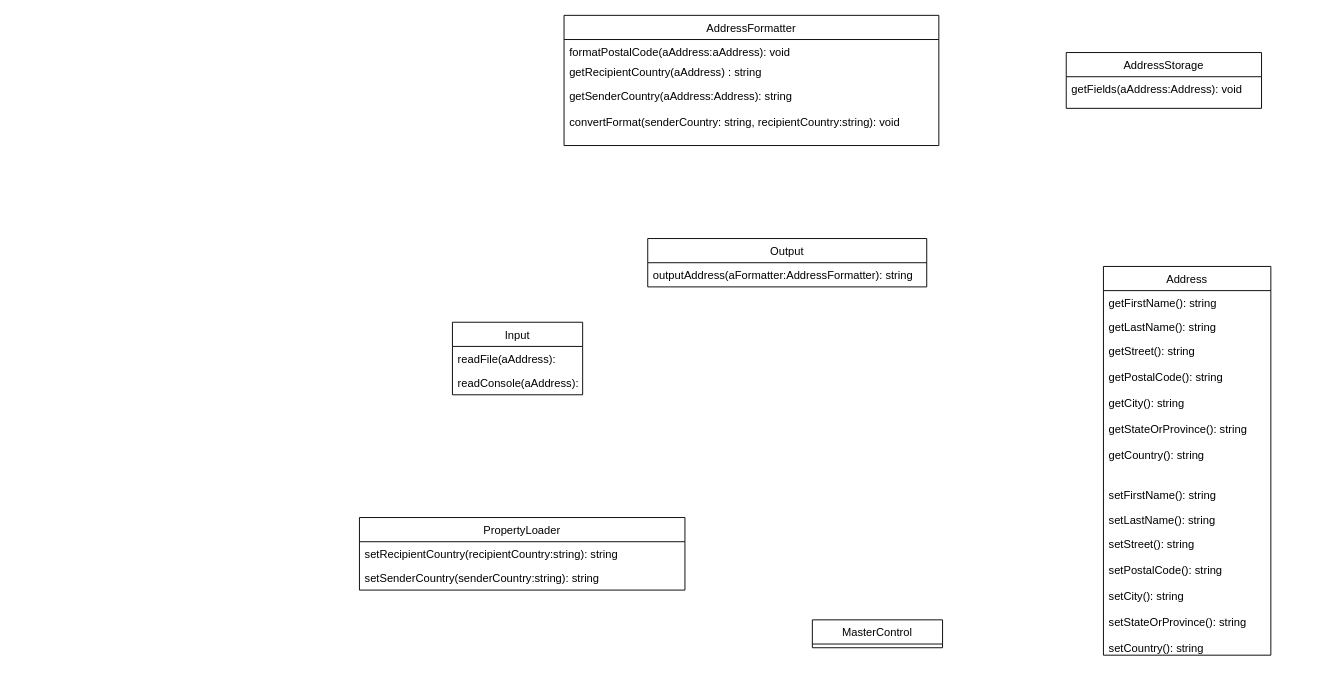
This is Quiz1.drawio from montyxrizzo/scripts, a draw.io file, before an edit. Source tidied: cells renumbered, new cells numbered last; positions are measured from the earlier drawing's top-left corner, leaving out a move shared by most shapes. Both pictures are drawn from the tidied source at 93%, with x=0, y=0 at pixel (359, 15).
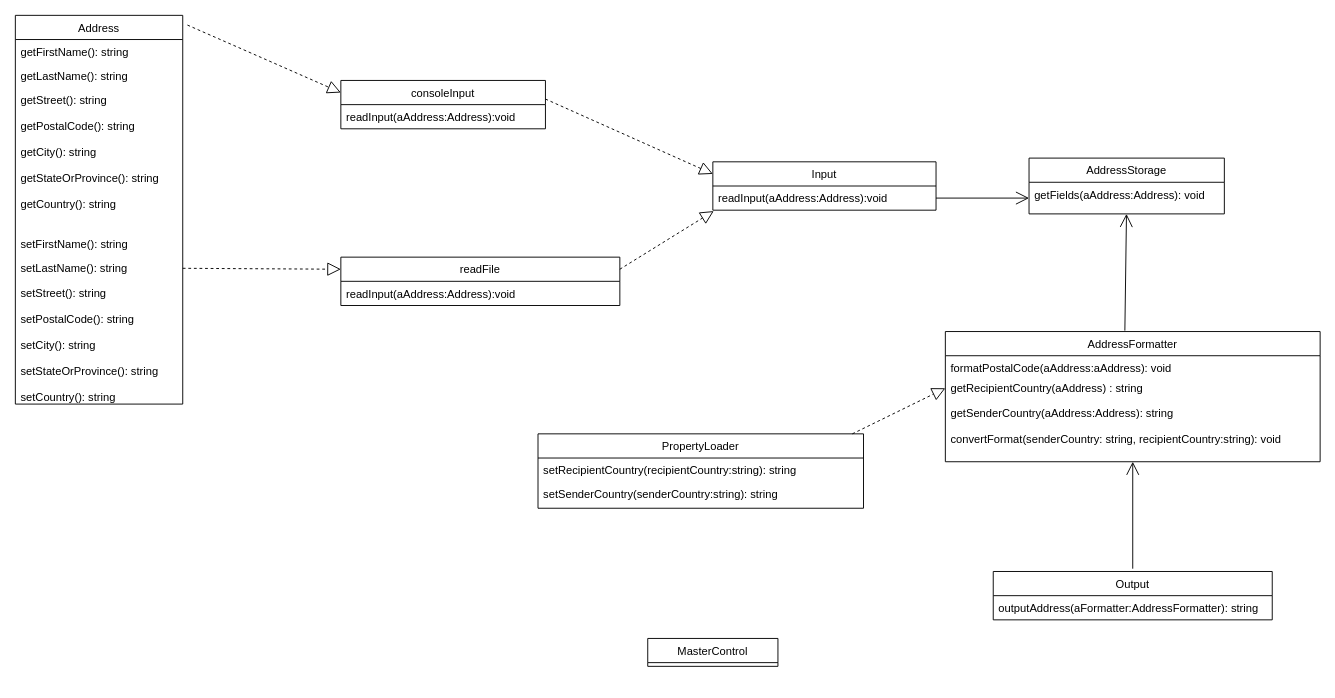
The same diagram, later.

Unchanged cells that the change refers to:
```xml
<mxCell id="7" value="getRecipientCountry(aAddress) : string" style="text;strokeColor=none;fillColor=none;align=left;verticalAlign=top;spacingLeft=4;spacingRight=4;overflow=hidden;points=[[0,0.5],[1,0.5]];portConstraint=eastwest;" parent="5" vertex="1">
  <mxGeometry y="48" width="403" height="26" as="geometry" />
</mxCell>
<mxCell id="8" value="getSenderCountry(aAddress:Address): string&#10;&#10;convertFormat(senderCountry: string, recipientCountry:string): void" style="text;strokeColor=none;fillColor=none;align=left;verticalAlign=top;spacingLeft=4;spacingRight=4;overflow=hidden;points=[[0,0.5],[1,0.5]];portConstraint=eastwest;" parent="5" vertex="1">
  <mxGeometry y="74" width="403" height="66" as="geometry" />
</mxCell>
<mxCell id="12" value="getFields(aAddress:Address): void" style="text;strokeColor=none;fillColor=none;align=left;verticalAlign=top;spacingLeft=4;spacingRight=4;overflow=hidden;points=[[0,0.5],[1,0.5]];portConstraint=eastwest;" parent="11" vertex="1">
  <mxGeometry y="26" width="210" height="34" as="geometry" />
</mxCell>
<mxCell id="21" value="Address" style="swimlane;fontStyle=0;horizontal=1;startSize=26;fillColor=none;" parent="20" vertex="1">
  <mxGeometry width="180" height="418" as="geometry" />
</mxCell>
<mxCell id="25" value="setLastName(): string" style="text;strokeColor=none;fillColor=none;align=left;verticalAlign=top;spacingLeft=4;spacingRight=4;overflow=hidden;points=[[0,0.5],[1,0.5]];portConstraint=eastwest;" parent="20" vertex="1">
  <mxGeometry y="259" width="180" height="26" as="geometry" />
</mxCell>
```

Diff of the diagram source:
```diff
@@
     <mxCell id="2" value="Input" style="swimlane;fontStyle=0;horizontal=1;startSize=26;fillColor=none;" parent="1" vertex="1">
-      <mxGeometry x="100" y="330" width="140" height="78" as="geometry" />
+      <mxGeometry x="380" y="157.5" width="240" height="52" as="geometry" />
     </mxCell>
-    <mxCell id="3" value="readFile(aAddress):" style="text;strokeColor=none;fillColor=none;align=left;verticalAlign=top;spacingLeft=4;spacingRight=4;overflow=hidden;points=[[0,0.5],[1,0.5]];portConstraint=eastwest;" parent="2" vertex="1">
-      <mxGeometry y="26" width="140" height="26" as="geometry" />
+    <mxCell id="3" value="readInput(aAddress:Address):void" style="text;strokeColor=none;fillColor=none;align=left;verticalAlign=top;spacingLeft=4;spacingRight=4;overflow=hidden;points=[[0,0.5],[1,0.5]];portConstraint=eastwest;" parent="2" vertex="1">
+      <mxGeometry y="26" width="240" height="26" as="geometry" />
     </mxCell>
-    <mxCell id="4" value="readConsole(aAddress):" style="text;strokeColor=none;fillColor=none;align=left;verticalAlign=top;spacingLeft=4;spacingRight=4;overflow=hidden;" parent="2" vertex="1">
-      <mxGeometry y="52" width="140" height="26" as="geometry" />
-    </mxCell>
     <mxCell id="5" value="AddressFormatter" style="swimlane;fontStyle=0;horizontal=1;startSize=26;fillColor=none;" parent="1" vertex="1">
-      <mxGeometry x="220" width="403" height="140" as="geometry" />
+      <mxGeometry x="630" y="340" width="403" height="140" as="geometry" />
     </mxCell>
@@
     <mxCell id="9" value="Output" style="swimlane;fontStyle=0;horizontal=1;startSize=26;fillColor=none;" parent="1" vertex="1">
-      <mxGeometry x="310" y="240" width="300" height="52" as="geometry" />
+      <mxGeometry x="681.5" y="598" width="300" height="52" as="geometry" />
     </mxCell>
@@
+    <mxCell id="27" style="endArrow=open;endFill=1;endSize=12;html=1;" parent="9" edge="1" target="8">
+      <mxGeometry relative="1" as="geometry">
+        <mxPoint x="150" y="-3" as="sourcePoint" />
+      </mxGeometry>
+    </mxCell>
     <mxCell id="11" value="AddressStorage" style="swimlane;fontStyle=0;horizontal=1;startSize=26;fillColor=none;" parent="1" vertex="1">
-      <mxGeometry x="760" y="40" width="210" height="60" as="geometry" />
+      <mxGeometry x="720" y="153.5" width="210" height="60" as="geometry" />
     </mxCell>
@@
     <mxCell id="14" value="PropertyLoader" style="swimlane;fontStyle=0;horizontal=1;startSize=26;fillColor=none;" parent="1" vertex="1">
-      <mxGeometry y="540" width="350" height="78" as="geometry" />
+      <mxGeometry x="192" y="450" width="350" height="80" as="geometry" />
     </mxCell>
+    <mxCell id="28" style="endArrow=block;dashed=1;endFill=0;endSize=12;html=1;entryX=0;entryY=0.5;entryDx=0;entryDy=0;" parent="14" edge="1" target="7">
+      <mxGeometry relative="1" as="geometry">
+        <mxPoint x="338" as="sourcePoint" />
+      </mxGeometry>
+    </mxCell>
@@
     <mxCell id="16" value="setSenderCountry(senderCountry:string): string" style="text;strokeColor=none;fillColor=none;align=left;verticalAlign=top;spacingLeft=4;spacingRight=4;overflow=hidden;" parent="14" vertex="1">
-      <mxGeometry y="52" width="350" height="26" as="geometry" />
+      <mxGeometry y="52" width="350" height="28" as="geometry" />
     </mxCell>
     <mxCell id="17" style="group;" parent="1" vertex="1">
-      <mxGeometry x="800" y="270" width="180" height="447" as="geometry" />
+      <mxGeometry x="-370" width="180" height="447" as="geometry" />
     </mxCell>
@@
     <mxCell id="26" value="MasterControl" style="swimlane;fontStyle=0;horizontal=1;startSize=26;fillColor=none;" parent="1" vertex="1">
-      <mxGeometry x="487" y="650" width="140" height="30" as="geometry" />
+      <mxGeometry x="310" y="670" width="140" height="30" as="geometry" />
     </mxCell>
+    <mxCell id="29" style="endArrow=open;endFill=1;endSize=12;html=1;exitX=0.479;exitY=-0.007;exitDx=0;exitDy=0;exitPerimeter=0;" parent="1" edge="1" source="5" target="12">
+      <mxGeometry relative="1" as="geometry" />
+    </mxCell>
+    <mxCell id="30" value="readFile" style="swimlane;fontStyle=0;horizontal=1;startSize=26;fillColor=none;" parent="1" vertex="1">
+      <mxGeometry x="-20" y="260" width="300" height="52" as="geometry" />
+    </mxCell>
+    <mxCell id="31" value="readInput(aAddress:Address):void" style="text;strokeColor=none;fillColor=none;align=left;verticalAlign=top;spacingLeft=4;spacingRight=4;overflow=hidden;" parent="30" vertex="1">
+      <mxGeometry y="26" width="300" height="26" as="geometry" />
+    </mxCell>
+    <mxCell id="32" style="edgeStyle=orthogonalEdgeStyle;rounded=0;orthogonalLoop=1;jettySize=auto;html=1;exitX=1;exitY=0.5;exitDx=0;exitDy=0;" parent="30" edge="1">
+      <mxGeometry relative="1" as="geometry">
+        <mxPoint x="300" y="65" as="sourcePoint" />
+        <mxPoint x="300" y="65" as="targetPoint" />
+      </mxGeometry>
+    </mxCell>
+    <mxCell id="33" value="consoleInput" style="swimlane;fontStyle=0;horizontal=1;startSize=26;fillColor=none;" parent="1" vertex="1">
+      <mxGeometry x="-20" y="70" width="220" height="52" as="geometry" />
+    </mxCell>
+    <mxCell id="34" style="endArrow=block;dashed=1;endFill=0;endSize=12;html=1;entryX=0;entryY=0.25;entryDx=0;entryDy=0;" parent="33" edge="1" target="2">
+      <mxGeometry relative="1" as="geometry">
+        <mxPoint x="220" y="20" as="sourcePoint" />
+      </mxGeometry>
+    </mxCell>
+    <mxCell id="35" value="readInput(aAddress:Address):void" style="text;strokeColor=none;fillColor=none;align=left;verticalAlign=top;spacingLeft=4;spacingRight=4;overflow=hidden;" parent="33" vertex="1">
+      <mxGeometry y="26" width="220" height="26" as="geometry" />
+    </mxCell>
+    <mxCell id="36" style="endArrow=open;endFill=1;endSize=12;html=1;entryX=0;entryY=0.5;entryDx=0;entryDy=0;exitX=1;exitY=0.5;exitDx=0;exitDy=0;" parent="1" edge="1" source="3" target="12">
+      <mxGeometry relative="1" as="geometry" />
+    </mxCell>
+    <mxCell id="37" style="endArrow=block;dashed=1;endFill=0;endSize=12;html=1;entryX=0.004;entryY=1.038;entryDx=0;entryDy=0;entryPerimeter=0;exitX=1;exitY=0.25;exitDx=0;exitDy=0;" parent="1" edge="1" source="30" target="3">
+      <mxGeometry relative="1" as="geometry" />
+    </mxCell>
+    <mxCell id="38" style="endArrow=block;dashed=1;endFill=0;endSize=12;html=1;entryX=0;entryY=0.25;entryDx=0;entryDy=0;exitX=1.028;exitY=0.025;exitDx=0;exitDy=0;exitPerimeter=0;" parent="1" edge="1" source="21" target="33">
+      <mxGeometry relative="1" as="geometry" />
+    </mxCell>
+    <mxCell id="39" style="endArrow=block;dashed=1;endFill=0;endSize=12;html=1;entryX=0;entryY=0.25;entryDx=0;entryDy=0;exitX=1;exitY=0.5;exitDx=0;exitDy=0;" parent="1" edge="1" source="25" target="30">
+      <mxGeometry relative="1" as="geometry" />
+    </mxCell>
```
